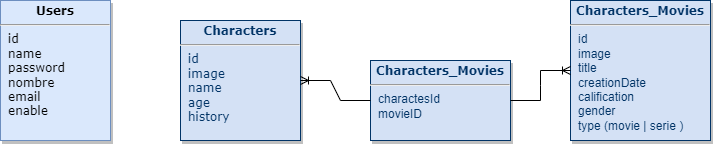
Above: db.png in alekusa/api_nodejs (draw.io), before the change. Source tidied: cells renumbered, new cells last; positions are measured from the earlier drawing's top-left corner, leaving out a move shared by most shapes.
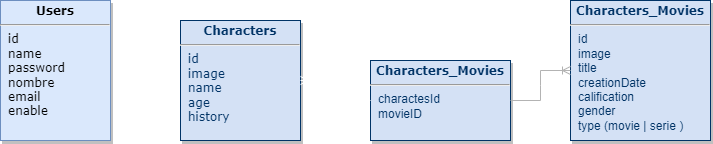
The same file after the commit.

Change to the diagram source:
```diff
@@ -14,10 +14,10 @@
     <mxCell id="5" value="&lt;p style=&quot;margin: 4px 0px 0px; text-align: center;&quot;&gt;&lt;b style=&quot;&quot;&gt;&lt;font style=&quot;&quot; face=&quot;Verdana&quot;&gt;Characters_Movies&lt;/font&gt;&lt;/b&gt;&lt;/p&gt;&lt;hr&gt;&lt;p style=&quot;margin: 0px; margin-left: 8px;&quot;&gt;id&lt;/p&gt;&lt;p style=&quot;margin: 0px; margin-left: 8px;&quot;&gt;image&lt;/p&gt;&lt;p style=&quot;margin: 0px; margin-left: 8px;&quot;&gt;title&lt;/p&gt;&lt;p style=&quot;margin: 0px; margin-left: 8px;&quot;&gt;creationDate&lt;/p&gt;&lt;p style=&quot;margin: 0px; margin-left: 8px;&quot;&gt;calification&lt;/p&gt;&lt;p style=&quot;margin: 0px; margin-left: 8px;&quot;&gt;gender&lt;/p&gt;&lt;p style=&quot;margin: 0px; margin-left: 8px;&quot;&gt;type (movie | serie )&lt;/p&gt;&lt;p style=&quot;margin: 0px; margin-left: 8px;&quot;&gt;&lt;br&gt;&lt;/p&gt;" style="verticalAlign=top;align=left;overflow=fill;fontSize=12;fontFamily=Helvetica;html=1;strokeColor=#003366;shadow=1;fillColor=#D4E1F5;fontColor=#003366;" parent="1" vertex="1">
       <mxGeometry x="570" width="140" height="140" as="geometry" />
     </mxCell>
-    <mxCell id="6" style="edgeStyle=entityRelationEdgeStyle;fontSize=12;html=1;endArrow=ERoneToMany;rounded=0;fontFamily=Verdana;" parent="1" edge="1" source="4" target="5">
+    <mxCell id="6" style="edgeStyle=entityRelationEdgeStyle;fontSize=12;html=1;endArrow=ERoneToMany;rounded=0;fontFamily=Verdana;strokeColor=#B3B3B3;" parent="1" edge="1" source="4" target="5">
       <mxGeometry relative="1" as="geometry" />
     </mxCell>
-    <mxCell id="7" style="edgeStyle=entityRelationEdgeStyle;fontSize=12;html=1;endArrow=ERoneToMany;rounded=0;fontFamily=Verdana;exitX=0;exitY=0.5;exitDx=0;exitDy=0;" parent="1" edge="1" source="4" target="3">
+    <mxCell id="7" style="edgeStyle=entityRelationEdgeStyle;fontSize=12;html=1;endArrow=ERoneToMany;rounded=0;fontFamily=Verdana;exitX=0;exitY=0.5;exitDx=0;exitDy=0;strokeColor=#FFFFFF;" parent="1" edge="1" source="4" target="3">
       <mxGeometry relative="1" as="geometry" />
     </mxCell>
   </root>
```
